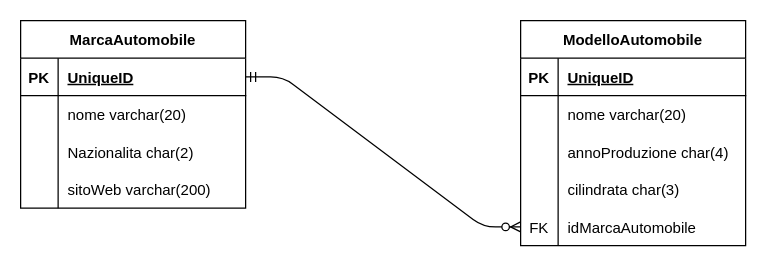
Above: AS_2023_2024/5IA/Informatica/UD 3 - ER 1-N/1-n.drawio in CescoP81/GalileiOstiglia (draw.io), before the change. Source tidied: cells renumbered, new cells numbered last; positions are measured from the earlier drawing's top-left corner, leaving out a move shared by most shapes. Both pictures are drawn from the tidied source at 125%, with x=0, y=0 at pixel (20, 20).
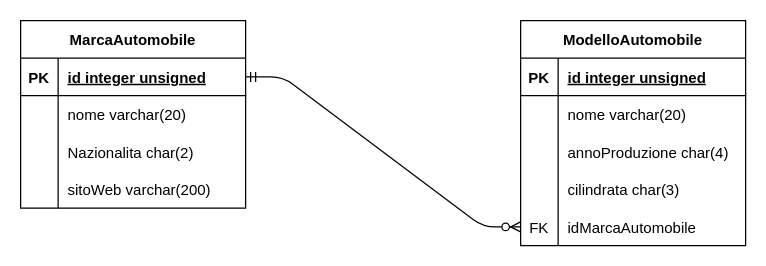
The same page after the edit.

Unchanged cells that the change refers to:
```xml
<mxCell id="3" style="shape=tableRow;horizontal=0;startSize=0;swimlaneHead=0;swimlaneBody=0;fillColor=none;points=[[0,0.5],[1,0.5]];portConstraint=eastwest;top=0;left=0;right=0;bottom=1;" parent="2" vertex="1">
  <mxGeometry y="30" width="180" height="30" as="geometry" />
</mxCell>
<mxCell id="16" style="shape=tableRow;horizontal=0;startSize=0;swimlaneHead=0;swimlaneBody=0;fillColor=none;top=0;left=0;right=0;bottom=1;" parent="15" vertex="1">
  <mxGeometry y="30" width="180" height="30" as="geometry" />
</mxCell>
```

What changed in the source:
```diff
@@
-    <mxCell id="5" value="UniqueID" style="shape=partialRectangle;fillColor=none;top=0;left=0;bottom=0;right=0;align=left;spacingLeft=6;fontStyle=5;overflow=hidden;" parent="3" vertex="1">
+    <mxCell id="5" value="id integer unsigned" style="shape=partialRectangle;fillColor=none;top=0;left=0;bottom=0;right=0;align=left;spacingLeft=6;fontStyle=5;overflow=hidden;" parent="3" vertex="1">
       <mxGeometry x="30" width="150" height="30" as="geometry" />
     </mxCell>
@@
-    <mxCell id="18" value="UniqueID" style="shape=partialRectangle;fillColor=none;top=0;left=0;bottom=0;right=0;align=left;spacingLeft=6;fontStyle=5;overflow=hidden;" parent="16" vertex="1">
+    <mxCell id="18" value="id integer unsigned" style="shape=partialRectangle;fillColor=none;top=0;left=0;bottom=0;right=0;align=left;spacingLeft=6;fontStyle=5;overflow=hidden;" parent="16" vertex="1">
       <mxGeometry x="30" width="150" height="30" as="geometry" />
     </mxCell>
```
